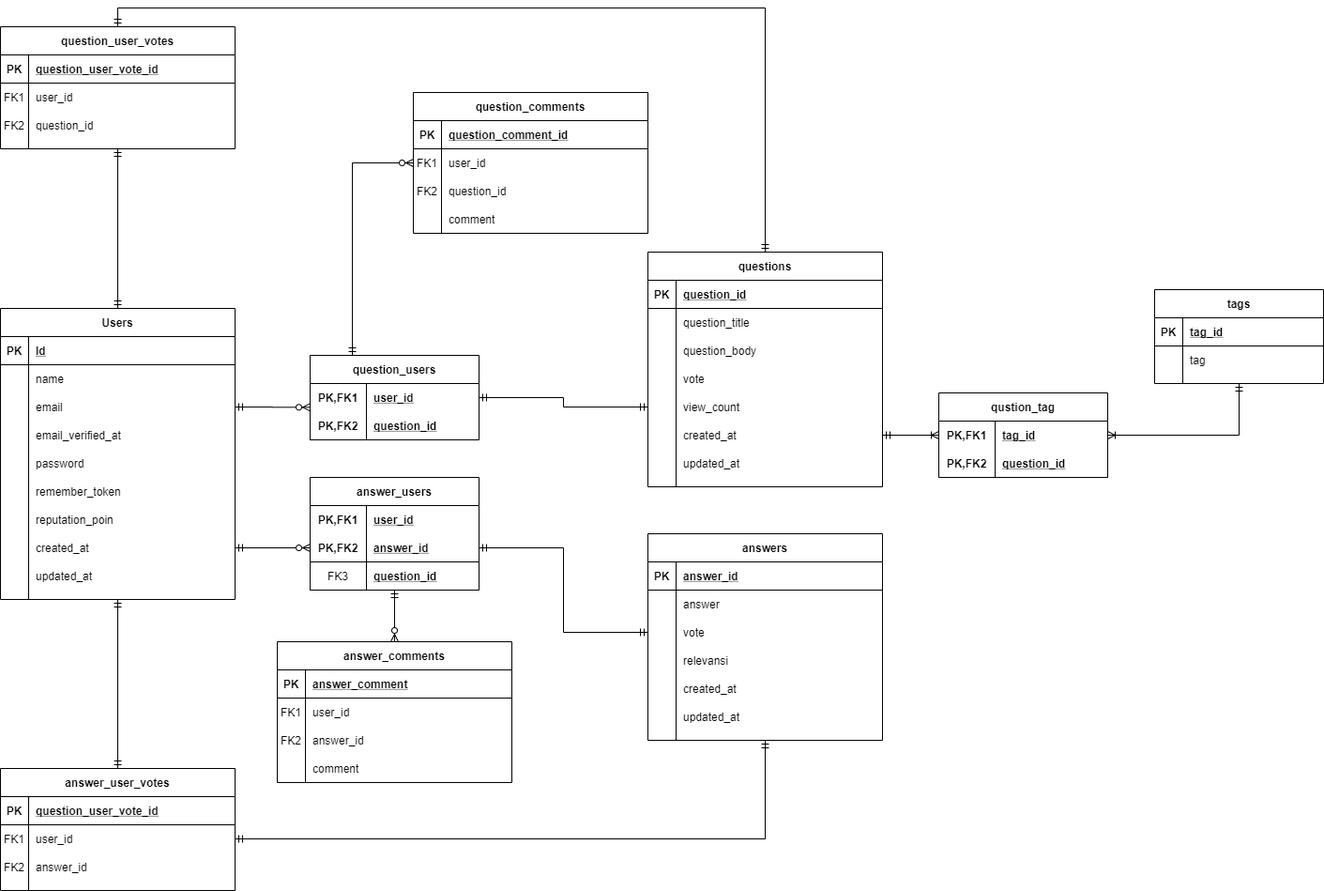
Before: public/ERD/ERD.png, a diagram exported from draw.io (CristJoenathan24/project_sanber). Source tidied: cells renumbered, new cells last; positions are measured from the earlier drawing's top-left corner, leaving out a move shared by most shapes.
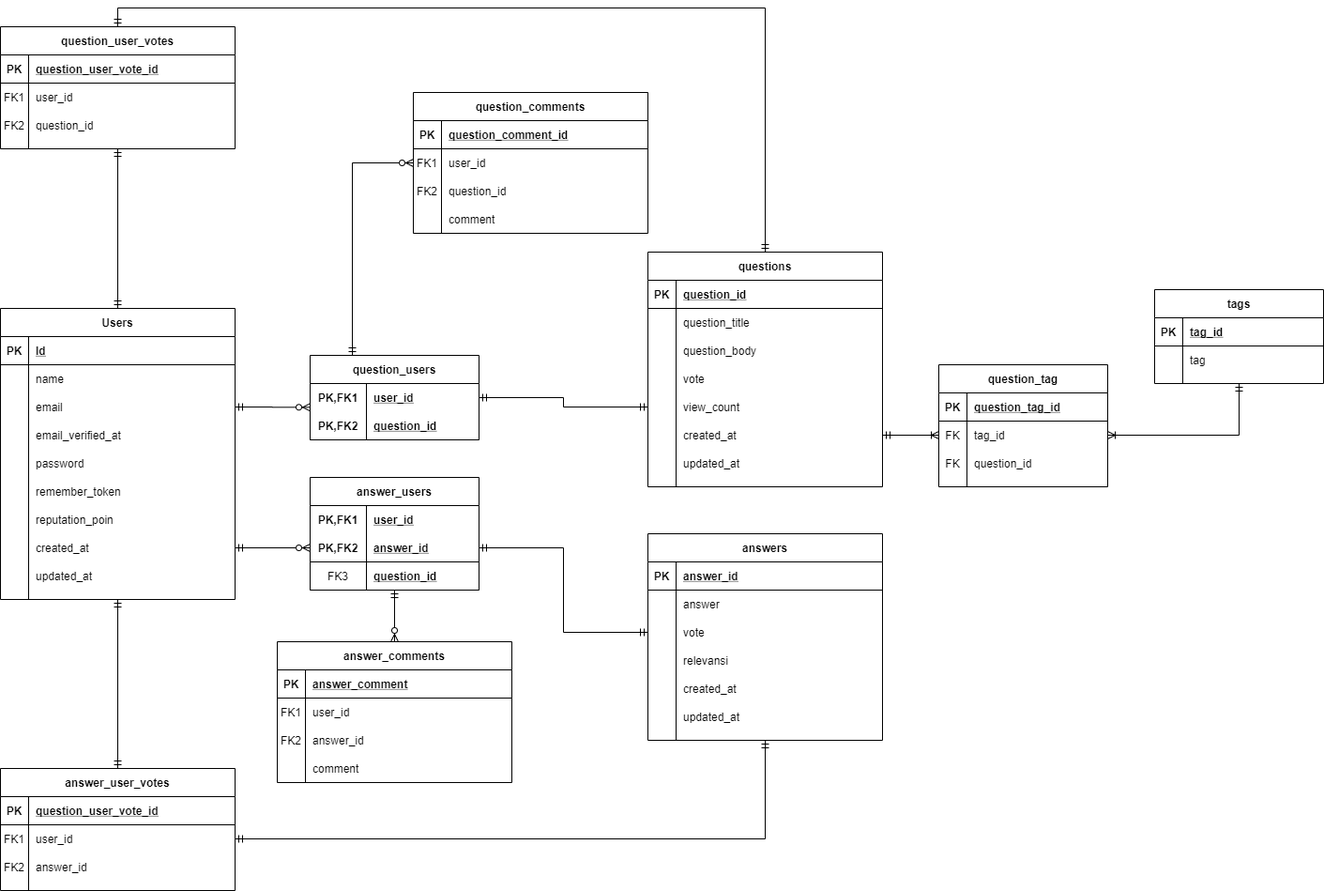
Later version of the same file.

Commit message:
ERD & View

Diff of the diagram source:
```diff
@@ -449,32 +449,45 @@
     <mxCell id="150" value="tag" style="shape=partialRectangle;fillColor=none;top=0;left=0;bottom=0;right=0;align=left;spacingLeft=6;overflow=hidden;" parent="148" vertex="1">
       <mxGeometry x="30" width="150" height="30" as="geometry" />
     </mxCell>
-    <mxCell id="151" value="qustion_tag" style="shape=table;startSize=30;rowLines=0;fontStyle=1;align=center;" parent="1" vertex="1">
-      <mxGeometry x="1000" y="390" width="180" height="90" as="geometry" />
-    </mxCell>
-    <mxCell id="152" style="shape=partialRectangle;fillColor=none;top=0;left=0;bottom=0;right=0;points=[[0,0.5],[1,0.5]];portConstraint=eastwest;" parent="151" vertex="1">
-      <mxGeometry y="30" width="180" height="30" as="geometry" />
-    </mxCell>
-    <mxCell id="153" value="PK,FK1" style="shape=partialRectangle;fillColor=none;top=0;left=0;bottom=0;right=0;fontStyle=1;overflow=hidden;" parent="152" vertex="1">
-      <mxGeometry width="60" height="30" as="geometry" />
-    </mxCell>
-    <mxCell id="154" value="tag_id" style="shape=partialRectangle;fillColor=none;top=0;left=0;bottom=0;right=0;align=left;spacingLeft=6;fontStyle=5;overflow=hidden;" parent="152" vertex="1">
-      <mxGeometry x="60" width="120" height="30" as="geometry" />
-    </mxCell>
-    <mxCell id="155" style="shape=partialRectangle;fillColor=none;top=0;left=0;bottom=1;right=0;" parent="151" vertex="1">
-      <mxGeometry y="60" width="180" height="30" as="geometry" />
-    </mxCell>
-    <mxCell id="156" value="PK,FK2" style="shape=partialRectangle;fillColor=none;top=0;left=0;bottom=0;right=0;fontStyle=1;overflow=hidden;" parent="155" vertex="1">
-      <mxGeometry width="60" height="30" as="geometry" />
-    </mxCell>
-    <mxCell id="157" value="question_id" style="shape=partialRectangle;fillColor=none;top=0;left=0;bottom=0;right=0;align=left;spacingLeft=6;fontStyle=5;overflow=hidden;" parent="155" vertex="1">
-      <mxGeometry x="60" width="120" height="30" as="geometry" />
-    </mxCell>
-    <mxCell id="158" style="edgeStyle=orthogonalEdgeStyle;rounded=0;jettySize=auto;html=1;exitX=1;exitY=0.5;exitDx=0;exitDy=0;entryX=0;entryY=0.5;entryDx=0;entryDy=0;startArrow=ERmandOne;startFill=0;endArrow=ERoneToMany;endFill=0;" parent="1" edge="1" source="91" target="152">
-      <mxGeometry relative="1" as="geometry" />
+    <mxCell id="158" style="edgeStyle=orthogonalEdgeStyle;rounded=0;jettySize=auto;html=1;exitX=1;exitY=0.5;exitDx=0;exitDy=0;entryX=0;entryY=0.5;entryDx=0;entryDy=0;startArrow=ERmandOne;startFill=0;endArrow=ERoneToMany;endFill=0;" parent="1" edge="1" source="91">
+      <mxGeometry relative="1" as="geometry">
+        <mxPoint x="1000" y="435" as="targetPoint" />
+      </mxGeometry>
     </mxCell>
-    <mxCell id="159" style="edgeStyle=orthogonalEdgeStyle;rounded=0;jettySize=auto;html=1;exitX=1;exitY=0.5;exitDx=0;exitDy=0;entryX=0.5;entryY=1;entryDx=0;entryDy=0;startArrow=ERoneToMany;startFill=0;endArrow=ERmandOne;endFill=0;" parent="1" edge="1" source="152" target="144">
-      <mxGeometry relative="1" as="geometry" />
+    <mxCell id="159" style="edgeStyle=orthogonalEdgeStyle;rounded=0;jettySize=auto;html=1;exitX=1;exitY=0.5;exitDx=0;exitDy=0;entryX=0.5;entryY=1;entryDx=0;entryDy=0;startArrow=ERoneToMany;startFill=0;endArrow=ERmandOne;endFill=0;" parent="1" edge="1" target="144">
+      <mxGeometry relative="1" as="geometry">
+        <mxPoint x="1180" y="435" as="sourcePoint" />
+      </mxGeometry>
     </mxCell>
+    <mxCell id="160" value="question_tag" style="shape=table;startSize=30;rowLines=0;fontStyle=1;align=center;" parent="1" vertex="1">
+      <mxGeometry x="1000" y="360" width="180" height="130" as="geometry" />
+    </mxCell>
+    <mxCell id="161" style="shape=partialRectangle;fillColor=none;top=0;left=0;bottom=1;right=0;" parent="160" vertex="1">
+      <mxGeometry y="30" width="180" height="30" as="geometry" />
+    </mxCell>
+    <mxCell id="162" value="PK" style="shape=partialRectangle;fillColor=none;top=0;left=0;bottom=0;right=0;fontStyle=1;overflow=hidden;" parent="161" vertex="1">
+      <mxGeometry width="30" height="30" as="geometry" />
+    </mxCell>
+    <mxCell id="163" value="question_tag_id" style="shape=partialRectangle;fillColor=none;top=0;left=0;bottom=0;right=0;align=left;spacingLeft=6;fontStyle=5;overflow=hidden;" parent="161" vertex="1">
+      <mxGeometry x="30" width="150" height="30" as="geometry" />
+    </mxCell>
+    <mxCell id="164" style="shape=partialRectangle;fillColor=none;top=0;left=0;bottom=0;right=0;" parent="160" vertex="1">
+      <mxGeometry y="60" width="180" height="30" as="geometry" />
+    </mxCell>
+    <mxCell id="165" value="FK" style="shape=partialRectangle;fillColor=none;top=0;left=0;bottom=0;right=0;overflow=hidden;" parent="164" vertex="1">
+      <mxGeometry width="30" height="30" as="geometry" />
+    </mxCell>
+    <mxCell id="154" value="tag_id" style="shape=partialRectangle;fillColor=none;top=0;left=0;bottom=0;right=0;align=left;spacingLeft=6;overflow=hidden;" parent="164" vertex="1">
+      <mxGeometry x="30" width="150" height="30" as="geometry" />
+    </mxCell>
+    <mxCell id="166" style="shape=partialRectangle;fillColor=none;top=0;left=0;bottom=0;right=0;" parent="160" vertex="1">
+      <mxGeometry y="90" width="180" height="30" as="geometry" />
+    </mxCell>
+    <mxCell id="167" value="FK" style="shape=partialRectangle;fillColor=none;top=0;left=0;bottom=0;right=0;overflow=hidden;" parent="166" vertex="1">
+      <mxGeometry width="30" height="30" as="geometry" />
+    </mxCell>
+    <mxCell id="157" value="question_id" style="shape=partialRectangle;fillColor=none;top=0;left=0;bottom=0;right=0;align=left;spacingLeft=6;overflow=hidden;" parent="166" vertex="1">
+      <mxGeometry x="30" width="150" height="30" as="geometry" />
+    </mxCell>
   </root>
 </mxGraphModel>
```
